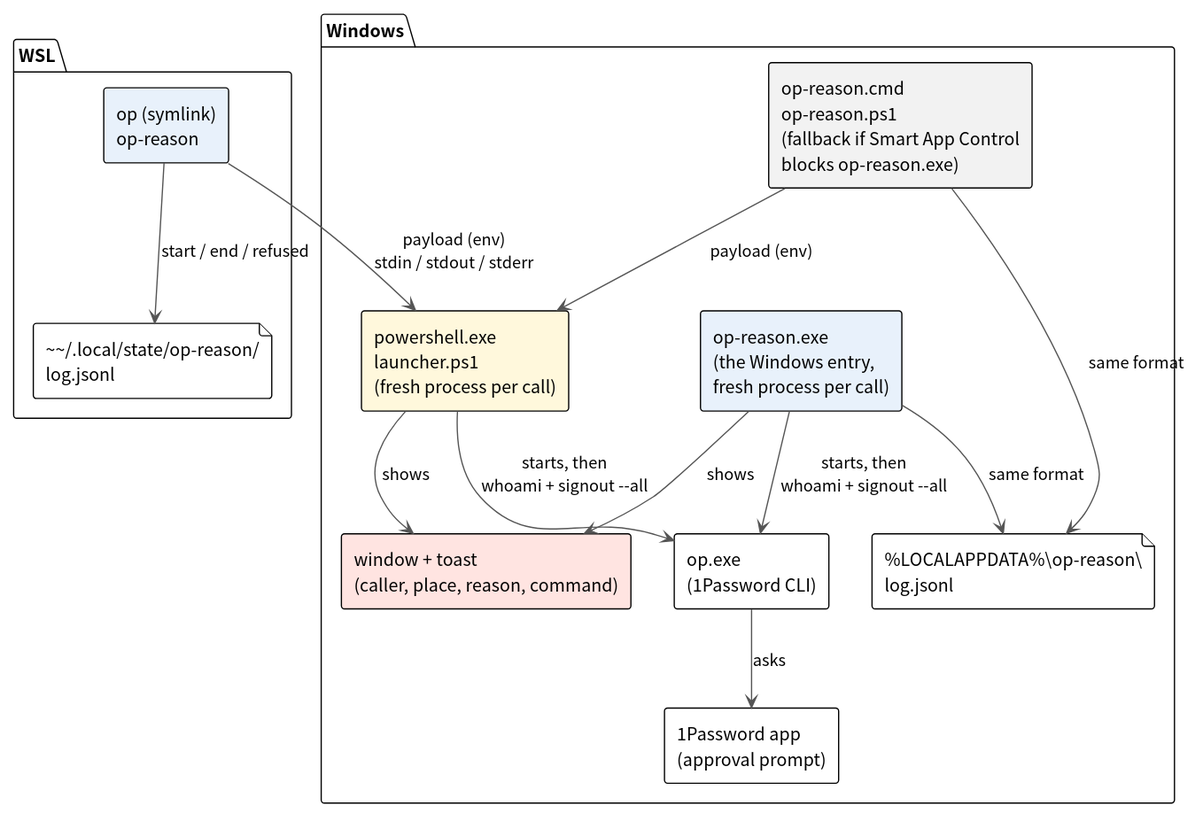
pollenjp/op-reason keeps this PlantUML diagram as docs/architecture/plantuml/out/01_overview.svg. Above is the earlier version.
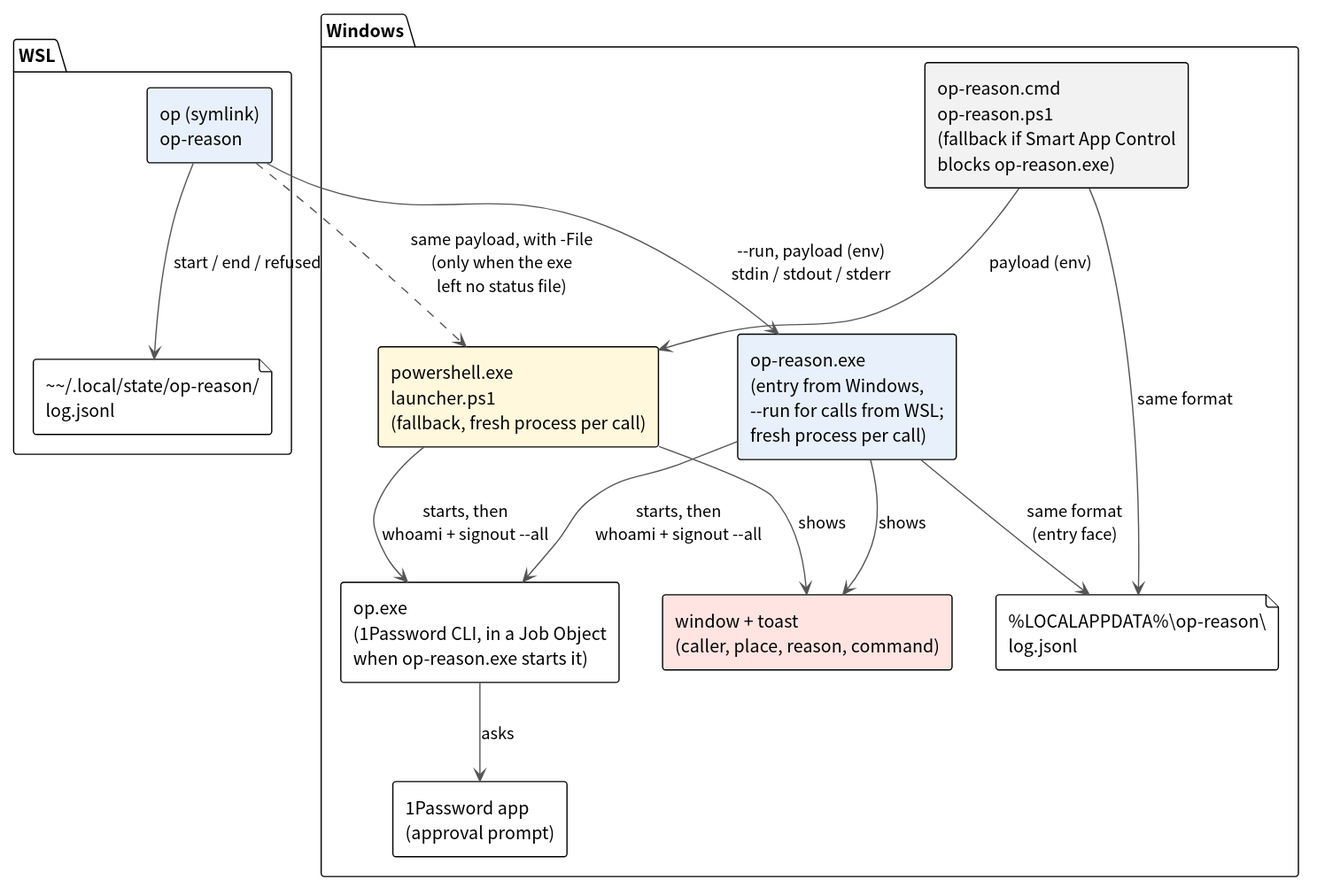
Later version of the same file.

The edit, as a diff of the source:
```diff
@@ -9,16 +9,17 @@
   file "~~/.local/state/op-reason/\nlog.jsonl" as WSLLOG
 }
 package "Windows" {
-  component "op-reason.exe\n(the Windows entry,\nfresh process per call)" as WINEXE #E8F1FB
+  component "op-reason.exe\n(entry from Windows,\n--run for calls from WSL;\nfresh process per call)" as WINEXE #E8F1FB
   component "op-reason.cmd\nop-reason.ps1\n(fallback if Smart App Control\nblocks op-reason.exe)" as WINENTRY #F2F2F2
-  component "powershell.exe\nlauncher.ps1\n(fresh process per call)" as LAUNCHER #FFF8DC
-  component "op.exe\n(1Password CLI)" as OPEXE
+  component "powershell.exe\nlauncher.ps1\n(fallback, fresh process per call)" as LAUNCHER #FFF8DC
+  component "op.exe\n(1Password CLI, in a Job Object\nwhen op-reason.exe starts it)" as OPEXE
   component "1Password app\n(approval prompt)" as APP
   component "window + toast\n(caller, place, reason, command)" as WIN #FFE4E1
   file "%LOCALAPPDATA%\\op-reason\\\nlog.jsonl" as WINLOG
 }
 
-WSLBIN --> LAUNCHER : payload (env)\nstdin / stdout / stderr
+WSLBIN --> WINEXE : --run, payload (env)\nstdin / stdout / stderr
+WSLBIN ..> LAUNCHER : same payload, with -File\n(only when the exe\nleft no status file)
 WINENTRY --> LAUNCHER : payload (env)
 LAUNCHER --> WIN : shows
 LAUNCHER --> OPEXE : starts, then\nwhoami + signout --all
@@ -26,6 +27,6 @@
 WINEXE --> OPEXE : starts, then\nwhoami + signout --all
 OPEXE --> APP : asks
 WSLBIN --> WSLLOG : start / end / refused
-WINEXE --> WINLOG : same format
+WINEXE --> WINLOG : same format\n(entry face)
 WINENTRY --> WINLOG : same format
 @enduml
```
